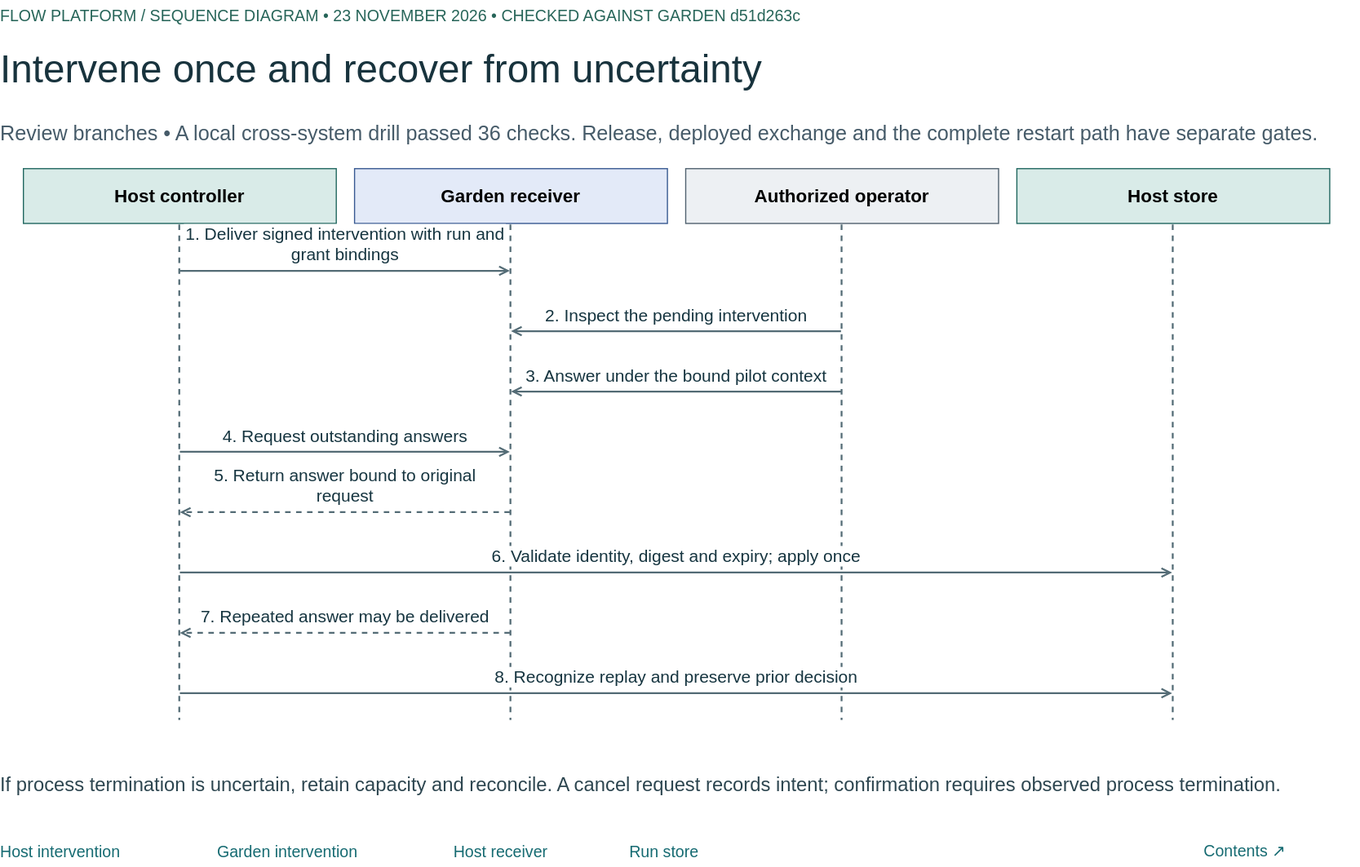
This is docs/diagrams/garden-host-intervention.drawio.svg from Flow-Research/garden, a draw.io export, as it was before one commit. Source tidied: cells renumbered, new cells last; positions are measured from the earlier drawing's top-left corner, leaving out a move shared by most shapes.
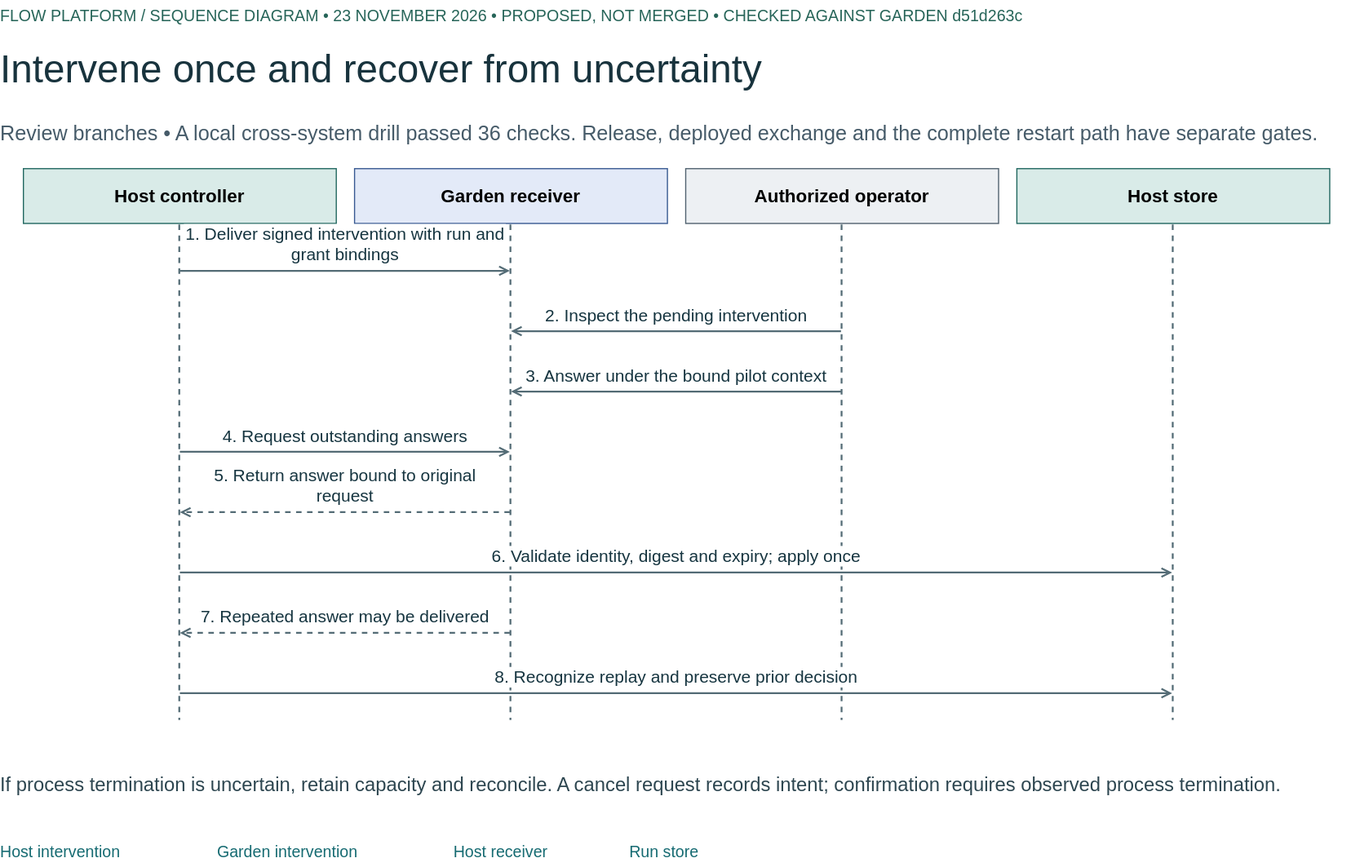
After the change.

Commit message:
docs(diagrams): fix component flow, drop dead links, mark host diagrams proposed

What changed in the source:
```diff
@@ -2,7 +2,7 @@
   <root>
     <mxCell id="0" />
     <mxCell id="1" parent="0" />
-    <mxCell id="2" value="FLOW PLATFORM   /   SEQUENCE DIAGRAM     •     23 NOVEMBER 2026     •     CHECKED AGAINST GARDEN d51d263c" style="text;html=1;whiteSpace=wrap;align=left;verticalAlign=middle;spacing=0;fontFamily=Helvetica;fontSize=14;fontColor=#276559;" parent="1" vertex="1">
+    <mxCell id="2" value="FLOW PLATFORM   /   SEQUENCE DIAGRAM     •     23 NOVEMBER 2026     •     PROPOSED, NOT MERGED     •     CHECKED AGAINST GARDEN d51d263c" style="text;html=1;whiteSpace=wrap;align=left;verticalAlign=middle;spacing=0;fontFamily=Helvetica;fontSize=14;fontColor=#276559;" parent="1" vertex="1">
       <mxGeometry width="1160" height="25" as="geometry" />
     </mxCell>
     <mxCell id="3" value="Intervene once and recover from uncertainty" style="text;html=1;whiteSpace=wrap;align=left;verticalAlign=middle;spacing=0;fontFamily=Helvetica;fontSize=34;fontColor=#18333D;" parent="1" vertex="1">
@@ -170,8 +170,5 @@
     <mxCell id="57" value="Run store" style="text;html=1;whiteSpace=wrap;align=left;verticalAlign=middle;spacing=0;fontFamily=Helvetica;fontSize=14;fontColor=#166B72;" parent="1" vertex="1">
       <mxGeometry x="551.2" y="734" width="97.2" height="24" as="geometry" />
     </mxCell>
-    <mxCell id="58" value="Contents ↗" style="text;html=1;whiteSpace=wrap;align=left;verticalAlign=middle;spacing=0;fontFamily=Helvetica;fontSize=14;fontColor=#166B72;" parent="1" vertex="1">
-      <mxGeometry x="1054" y="732" width="125" height="26" as="geometry" />
-    </mxCell>
   </root>
 </mxGraphModel>
```
